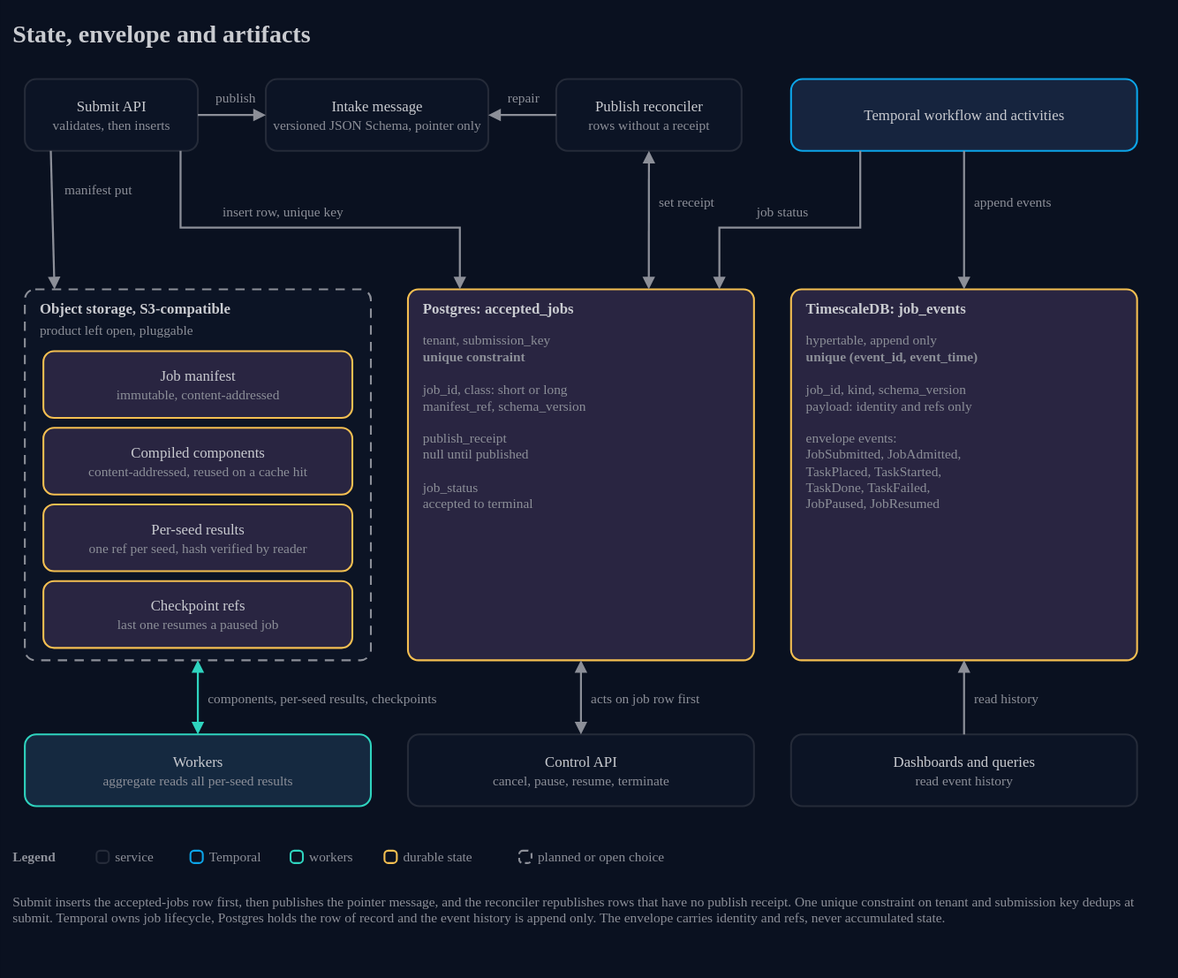
Earlier version of the draw.io export docs/architecture/13-state-envelope-artifacts.drawio.svg (AndoNorth/wasm-dag-forge). Source tidied: cells renumbered, new cells last; positions are measured from the earlier drawing's top-left corner, leaving out a move shared by most shapes.
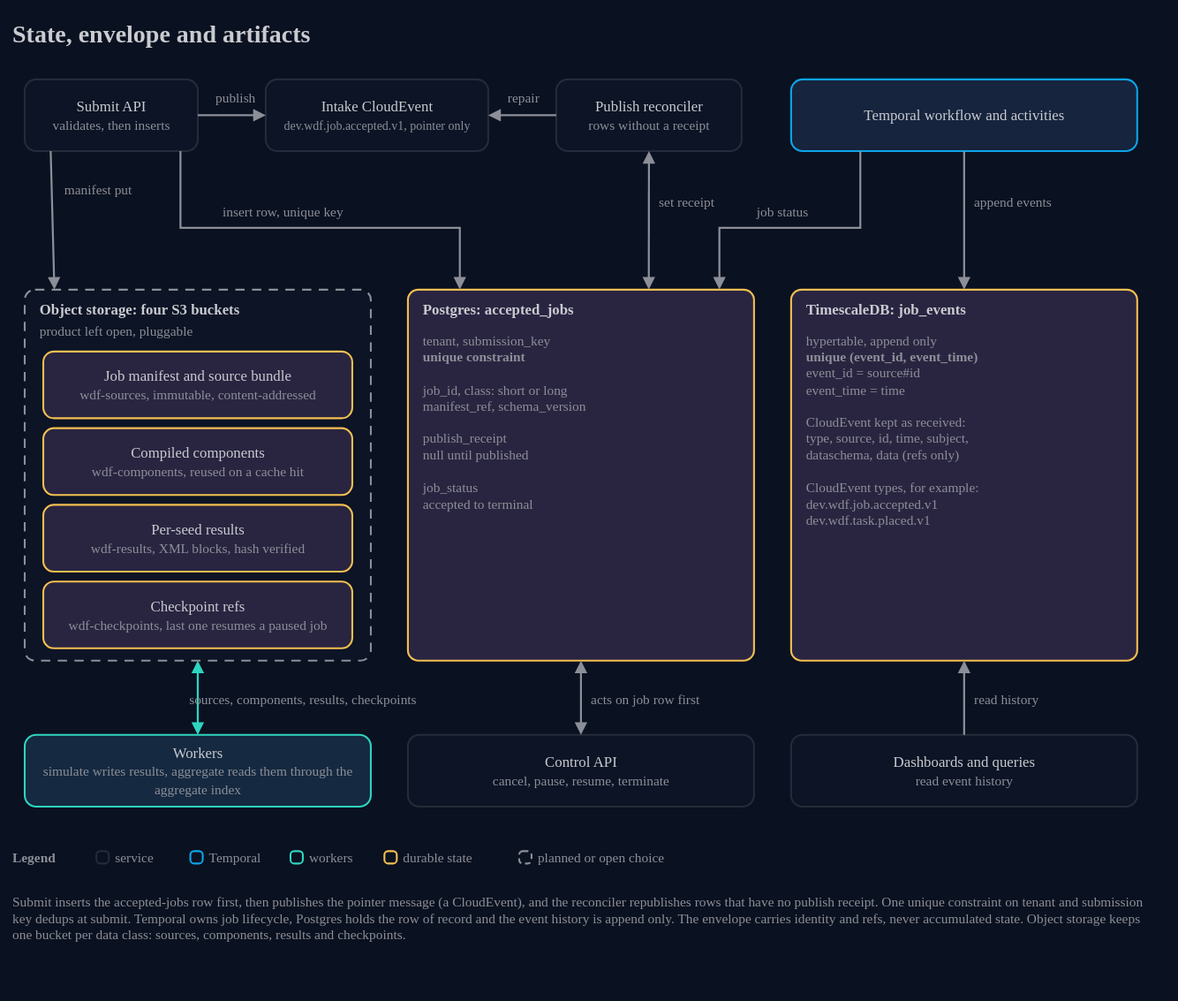
The same diagram one commit later.

The edit, as a diff of the source:
```diff
@@ -8,7 +8,7 @@
     <mxCell id="3" value="Submit API&lt;br&gt;&lt;font color=&quot;#8c8f98&quot; style=&quot;font-size:11px&quot;&gt;validates, then inserts&lt;/font&gt;" style="rounded=1;arcSize=16;html=1;whiteSpace=wrap;fillColor=#0c1425;strokeColor=#252b39;strokeWidth=1.5;fontColor=#c9cbd0;fontSize=12;fontFamily=IBM Plex Sans;align=center;verticalAlign=middle;" parent="1" vertex="1">
       <mxGeometry x="10" y="54" width="140" height="58" as="geometry" />
     </mxCell>
-    <mxCell id="4" value="Intake message&lt;br&gt;&lt;font color=&quot;#8c8f98&quot; style=&quot;font-size:11px&quot;&gt;versioned JSON Schema, pointer only&lt;/font&gt;" style="rounded=1;arcSize=16;html=1;whiteSpace=wrap;fillColor=#0c1425;strokeColor=#252b39;strokeWidth=1.5;fontColor=#c9cbd0;fontSize=12;fontFamily=IBM Plex Sans;align=center;verticalAlign=middle;" parent="1" vertex="1">
+    <mxCell id="4" value="Intake CloudEvent&lt;br&gt;&lt;font color=&quot;#8c8f98&quot; style=&quot;font-size:10px&quot;&gt;dev.wdf.job.accepted.v1, pointer only&lt;/font&gt;" style="rounded=1;arcSize=16;html=1;whiteSpace=wrap;fillColor=#0c1425;strokeColor=#252b39;strokeWidth=1.5;fontColor=#c9cbd0;fontSize=12;fontFamily=IBM Plex Sans;align=center;verticalAlign=middle;" parent="1" vertex="1">
       <mxGeometry x="205" y="54" width="180" height="58" as="geometry" />
     </mxCell>
     <mxCell id="5" value="Publish reconciler&lt;br&gt;&lt;font color=&quot;#8c8f98&quot; style=&quot;font-size:11px&quot;&gt;rows without a receipt&lt;/font&gt;" style="rounded=1;arcSize=16;html=1;whiteSpace=wrap;fillColor=#0c1425;strokeColor=#252b39;strokeWidth=1.5;fontColor=#c9cbd0;fontSize=12;fontFamily=IBM Plex Sans;align=center;verticalAlign=middle;" parent="1" vertex="1">
@@ -32,31 +32,31 @@
     <mxCell id="11" value="TimescaleDB: job_events" style="text;html=1;strokeColor=none;fillColor=none;align=left;verticalAlign=middle;whiteSpace=nowrap;fontColor=#c9cbd0;fontSize=12;fontStyle=1;fontFamily=IBM Plex Sans;spacing=0;" parent="1" vertex="1">
       <mxGeometry x="642" y="230" width="260" height="20" as="geometry" />
     </mxCell>
-    <mxCell id="12" value="hypertable, append only&lt;br&gt;&lt;b&gt;unique (event_id, event_time)&lt;/b&gt;&lt;br&gt;&lt;br&gt;job_id, kind, schema_version&lt;br&gt;payload: identity and refs only&lt;br&gt;&lt;br&gt;envelope events:&lt;br&gt;JobSubmitted, JobAdmitted,&lt;br&gt;TaskPlaced, TaskStarted,&lt;br&gt;TaskDone, TaskFailed,&lt;br&gt;JobPaused, JobResumed" style="text;html=1;strokeColor=none;fillColor=none;align=left;verticalAlign=top;whiteSpace=wrap;fontColor=#8c8f98;fontSize=11;fontFamily=IBM Plex Mono;spacing=0;" parent="1" vertex="1">
+    <mxCell id="12" value="hypertable, append only&lt;br&gt;&lt;b&gt;unique (event_id, event_time)&lt;/b&gt;&lt;br&gt;event_id = source#id&lt;br&gt;event_time = time&lt;br&gt;&lt;br&gt;CloudEvent kept as received:&lt;br&gt;type, source, id, time, subject,&lt;br&gt;dataschema, data (refs only)&lt;br&gt;&lt;br&gt;CloudEvent types, for example:&lt;br&gt;dev.wdf.job.accepted.v1&lt;br&gt;dev.wdf.task.placed.v1" style="text;html=1;strokeColor=none;fillColor=none;align=left;verticalAlign=top;whiteSpace=wrap;fontColor=#8c8f98;fontSize=11;fontFamily=IBM Plex Mono;spacing=0;" parent="1" vertex="1">
       <mxGeometry x="642" y="254" width="256" height="260" as="geometry" />
     </mxCell>
     <mxCell id="13" style="rounded=1;arcSize=3;html=1;whiteSpace=wrap;fillColor=#0c1425;strokeColor=#8c8f98;strokeWidth=1.5;dashed=1;dashPattern=5 4;fontColor=#c9cbd0;fontSize=12;fontFamily=IBM Plex Sans;verticalAlign=top;align=left;" parent="1" vertex="1">
       <mxGeometry x="10" y="224" width="280" height="300" as="geometry" />
     </mxCell>
-    <mxCell id="14" value="Object storage, S3-compatible" style="text;html=1;strokeColor=none;fillColor=none;align=left;verticalAlign=middle;whiteSpace=nowrap;fontColor=#c9cbd0;fontSize=12;fontStyle=1;fontFamily=IBM Plex Sans;spacing=0;" parent="1" vertex="1">
+    <mxCell id="14" value="Object storage: four S3 buckets" style="text;html=1;strokeColor=none;fillColor=none;align=left;verticalAlign=middle;whiteSpace=nowrap;fontColor=#c9cbd0;fontSize=12;fontStyle=1;fontFamily=IBM Plex Sans;spacing=0;" parent="1" vertex="1">
       <mxGeometry x="22" y="230" width="260" height="20" as="geometry" />
     </mxCell>
     <mxCell id="15" value="product left open, pluggable" style="text;html=1;strokeColor=none;fillColor=none;align=left;verticalAlign=middle;whiteSpace=nowrap;fontColor=#8c8f98;fontSize=11;fontFamily=IBM Plex Sans;spacing=0;" parent="1" vertex="1">
       <mxGeometry x="22" y="248" width="260" height="18" as="geometry" />
     </mxCell>
-    <mxCell id="16" value="Job manifest&lt;br&gt;&lt;font color=&quot;#8c8f98&quot; style=&quot;font-size:11px&quot;&gt;immutable, content-addressed&lt;/font&gt;" style="rounded=1;arcSize=16;html=1;whiteSpace=wrap;fillColor=#292541;strokeColor=#f4bf51;strokeWidth=1.5;fontColor=#c9cbd0;fontSize=12;fontFamily=IBM Plex Sans;align=center;verticalAlign=middle;" parent="1" vertex="1">
+    <mxCell id="16" value="Job manifest and source bundle&lt;br&gt;&lt;font color=&quot;#8c8f98&quot; style=&quot;font-size:11px&quot;&gt;wdf-sources, immutable, content-addressed&lt;/font&gt;" style="rounded=1;arcSize=16;html=1;whiteSpace=wrap;fillColor=#292541;strokeColor=#f4bf51;strokeWidth=1.5;fontColor=#c9cbd0;fontSize=12;fontFamily=IBM Plex Sans;align=center;verticalAlign=middle;" parent="1" vertex="1">
       <mxGeometry x="25" y="274" width="250" height="54" as="geometry" />
     </mxCell>
-    <mxCell id="17" value="Compiled components&lt;br&gt;&lt;font color=&quot;#8c8f98&quot; style=&quot;font-size:11px&quot;&gt;content-addressed, reused on a cache hit&lt;/font&gt;" style="rounded=1;arcSize=16;html=1;whiteSpace=wrap;fillColor=#292541;strokeColor=#f4bf51;strokeWidth=1.5;fontColor=#c9cbd0;fontSize=12;fontFamily=IBM Plex Sans;align=center;verticalAlign=middle;" parent="1" vertex="1">
+    <mxCell id="17" value="Compiled components&lt;br&gt;&lt;font color=&quot;#8c8f98&quot; style=&quot;font-size:11px&quot;&gt;wdf-components, reused on a cache hit&lt;/font&gt;" style="rounded=1;arcSize=16;html=1;whiteSpace=wrap;fillColor=#292541;strokeColor=#f4bf51;strokeWidth=1.5;fontColor=#c9cbd0;fontSize=12;fontFamily=IBM Plex Sans;align=center;verticalAlign=middle;" parent="1" vertex="1">
       <mxGeometry x="25" y="336" width="250" height="54" as="geometry" />
     </mxCell>
-    <mxCell id="18" value="Per-seed results&lt;br&gt;&lt;font color=&quot;#8c8f98&quot; style=&quot;font-size:11px&quot;&gt;one ref per seed, hash verified by reader&lt;/font&gt;" style="rounded=1;arcSize=16;html=1;whiteSpace=wrap;fillColor=#292541;strokeColor=#f4bf51;strokeWidth=1.5;fontColor=#c9cbd0;fontSize=12;fontFamily=IBM Plex Sans;align=center;verticalAlign=middle;" parent="1" vertex="1">
+    <mxCell id="18" value="Per-seed results&lt;br&gt;&lt;font color=&quot;#8c8f98&quot; style=&quot;font-size:11px&quot;&gt;wdf-results, XML blocks, hash verified&lt;/font&gt;" style="rounded=1;arcSize=16;html=1;whiteSpace=wrap;fillColor=#292541;strokeColor=#f4bf51;strokeWidth=1.5;fontColor=#c9cbd0;fontSize=12;fontFamily=IBM Plex Sans;align=center;verticalAlign=middle;" parent="1" vertex="1">
       <mxGeometry x="25" y="398" width="250" height="54" as="geometry" />
     </mxCell>
-    <mxCell id="19" value="Checkpoint refs&lt;br&gt;&lt;font color=&quot;#8c8f98&quot; style=&quot;font-size:11px&quot;&gt;last one resumes a paused job&lt;/font&gt;" style="rounded=1;arcSize=16;html=1;whiteSpace=wrap;fillColor=#292541;strokeColor=#f4bf51;strokeWidth=1.5;fontColor=#c9cbd0;fontSize=12;fontFamily=IBM Plex Sans;align=center;verticalAlign=middle;" parent="1" vertex="1">
+    <mxCell id="19" value="Checkpoint refs&lt;br&gt;&lt;font color=&quot;#8c8f98&quot; style=&quot;font-size:11px&quot;&gt;wdf-checkpoints, last one resumes a paused job&lt;/font&gt;" style="rounded=1;arcSize=16;html=1;whiteSpace=wrap;fillColor=#292541;strokeColor=#f4bf51;strokeWidth=1.5;fontColor=#c9cbd0;fontSize=12;fontFamily=IBM Plex Sans;align=center;verticalAlign=middle;" parent="1" vertex="1">
       <mxGeometry x="25" y="460" width="250" height="54" as="geometry" />
     </mxCell>
-    <mxCell id="20" value="Workers&lt;br&gt;&lt;font color=&quot;#8c8f98&quot; style=&quot;font-size:11px&quot;&gt;aggregate reads all per-seed results&lt;/font&gt;" style="rounded=1;arcSize=16;html=1;whiteSpace=wrap;fillColor=#152940;strokeColor=#2fd4bf;strokeWidth=1.5;fontColor=#c9cbd0;fontSize=12;fontFamily=IBM Plex Sans;align=center;verticalAlign=middle;" parent="1" vertex="1">
+    <mxCell id="20" value="Workers&lt;br&gt;&lt;font color=&quot;#8c8f98&quot; style=&quot;font-size:11px&quot;&gt;simulate writes results, aggregate reads them through the aggregate index&lt;/font&gt;" style="rounded=1;arcSize=16;html=1;whiteSpace=wrap;fillColor=#152940;strokeColor=#2fd4bf;strokeWidth=1.5;fontColor=#c9cbd0;fontSize=12;fontFamily=IBM Plex Sans;align=center;verticalAlign=middle;" parent="1" vertex="1">
       <mxGeometry x="10" y="584" width="280" height="58" as="geometry" />
     </mxCell>
     <mxCell id="21" value="Control API&lt;br&gt;&lt;font color=&quot;#8c8f98&quot; style=&quot;font-size:11px&quot;&gt;cancel, pause, resume, terminate&lt;/font&gt;" style="rounded=1;arcSize=16;html=1;whiteSpace=wrap;fillColor=#0c1425;strokeColor=#252b39;strokeWidth=1.5;fontColor=#c9cbd0;fontSize=12;fontFamily=IBM Plex Sans;align=center;verticalAlign=middle;" parent="1" vertex="1">
@@ -132,8 +132,8 @@
     <mxCell id="41" style="endArrow=block;endFill=1;startArrow=block;startFill=1;html=1;rounded=0;strokeColor=#2fd4bf;strokeWidth=1.6;exitX=0.5;exitY=0;exitDx=0;exitDy=0;entryX=0.5;entryY=1;entryDx=0;entryDy=0;" parent="1" edge="1" source="20" target="13">
       <mxGeometry relative="1" as="geometry" />
     </mxCell>
-    <mxCell id="42" value="components, per-seed results, checkpoints" style="text;html=1;strokeColor=none;fillColor=none;align=left;verticalAlign=middle;whiteSpace=nowrap;fontColor=#8c8f98;fontSize=11;fontFamily=IBM Plex Sans;spacing=0;" parent="1" vertex="1">
-      <mxGeometry x="158" y="546" width="230" height="18" as="geometry" />
+    <mxCell id="42" value="sources, components, results, checkpoints" style="text;html=1;strokeColor=none;fillColor=none;align=left;verticalAlign=middle;whiteSpace=nowrap;fontColor=#8c8f98;fontSize=11;fontFamily=IBM Plex Sans;spacing=0;" parent="1" vertex="1">
+      <mxGeometry x="143" y="546" width="260" height="18" as="geometry" />
     </mxCell>
     <mxCell id="43" value="Legend" style="text;html=1;strokeColor=none;fillColor=none;align=left;verticalAlign=middle;whiteSpace=nowrap;fontColor=#8c8f98;fontSize=11;fontStyle=1;fontFamily=IBM Plex Mono;spacing=0;" parent="1" vertex="1">
       <mxGeometry y="674" width="60" height="18" as="geometry" />
@@ -168,8 +168,8 @@
     <mxCell id="53" value="planned or open choice" style="text;html=1;strokeColor=none;fillColor=none;align=left;verticalAlign=middle;whiteSpace=nowrap;fontColor=#8c8f98;fontSize=11;fontFamily=IBM Plex Sans;spacing=0;" parent="1" vertex="1">
       <mxGeometry x="425" y="674" width="131" height="18" as="geometry" />
     </mxCell>
-    <mxCell id="54" value="Submit inserts the accepted-jobs row first, then publishes the pointer message, and the reconciler republishes rows that have no publish receipt. One unique constraint on tenant and submission key dedups at submit. Temporal owns job lifecycle, Postgres holds the row of record and the event history is append only. The envelope carries identity and refs, never accumulated state." style="text;html=1;strokeColor=none;fillColor=none;align=left;verticalAlign=top;whiteSpace=wrap;fontColor=#8c8f98;fontSize=11;fontFamily=IBM Plex Sans;spacing=0;" parent="1" vertex="1">
-      <mxGeometry y="708" width="920" height="52" as="geometry" />
+    <mxCell id="54" value="Submit inserts the accepted-jobs row first, then publishes the pointer message (a CloudEvent), and the reconciler republishes rows that have no publish receipt. One unique constraint on tenant and submission key dedups at submit. Temporal owns job lifecycle, Postgres holds the row of record and the event history is append only. The envelope carries identity and refs, never accumulated state. Object storage keeps one bucket per data class: sources, components, results and checkpoints." style="text;html=1;strokeColor=none;fillColor=none;align=left;verticalAlign=top;whiteSpace=wrap;fontColor=#8c8f98;fontSize=11;fontFamily=IBM Plex Sans;spacing=0;" parent="1" vertex="1">
+      <mxGeometry y="708" width="920" height="70" as="geometry" />
     </mxCell>
   </root>
 </mxGraphModel>
```
